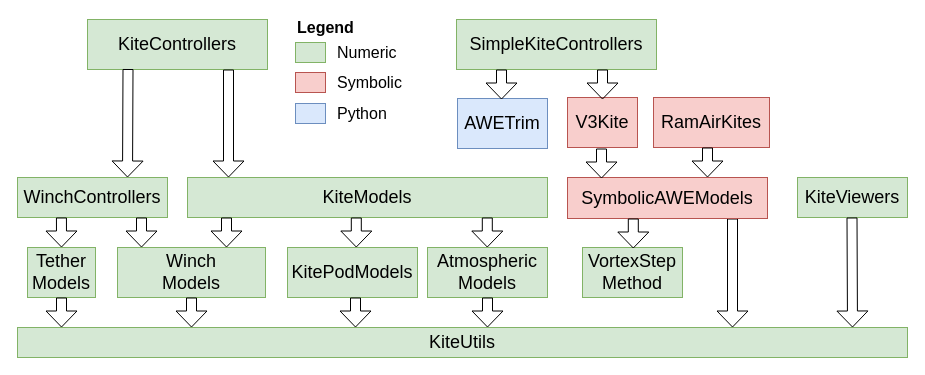
Before: page "Page-1" (1 of 2) of docs/kite_power_tools.drawio in OpenSourceAWE/SimpleKiteControllers.jl, a draw.io diagram. Source tidied: cells renumbered, new cells numbered last; positions are measured from the earlier drawing's top-left corner, leaving out a move shared by most shapes. Both pictures are drawn from the tidied source at 100%, with x=0, y=0 at pixel (17, 17).
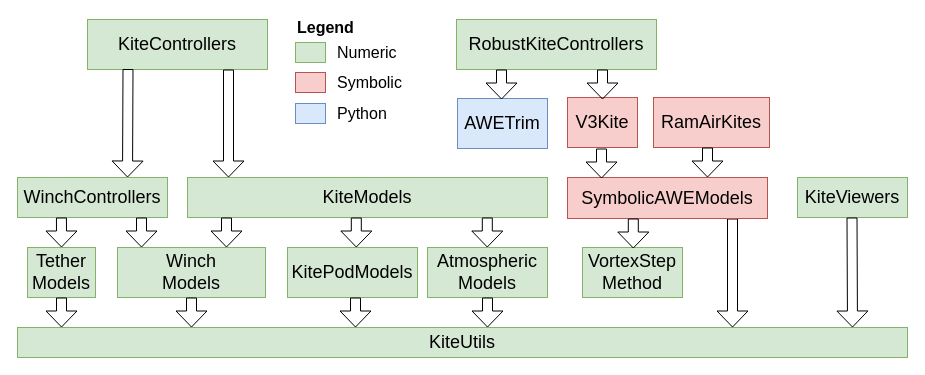
Above is the later version.

Change to the diagram source:
```diff
@@
-    <mxCell id="21" value="SimpleKiteControllers" style="rounded=0;whiteSpace=wrap;html=1;fontSize=18;fillColor=#d5e8d4;strokeColor=#82b366;" parent="1" vertex="1">
+    <mxCell id="21" value="RobustKiteControllers" style="rounded=0;whiteSpace=wrap;html=1;fontSize=18;fillColor=#d5e8d4;strokeColor=#82b366;" parent="1" vertex="1">
       <mxGeometry x="439" y="2" width="200" height="50" as="geometry" />
     </mxCell>
```
